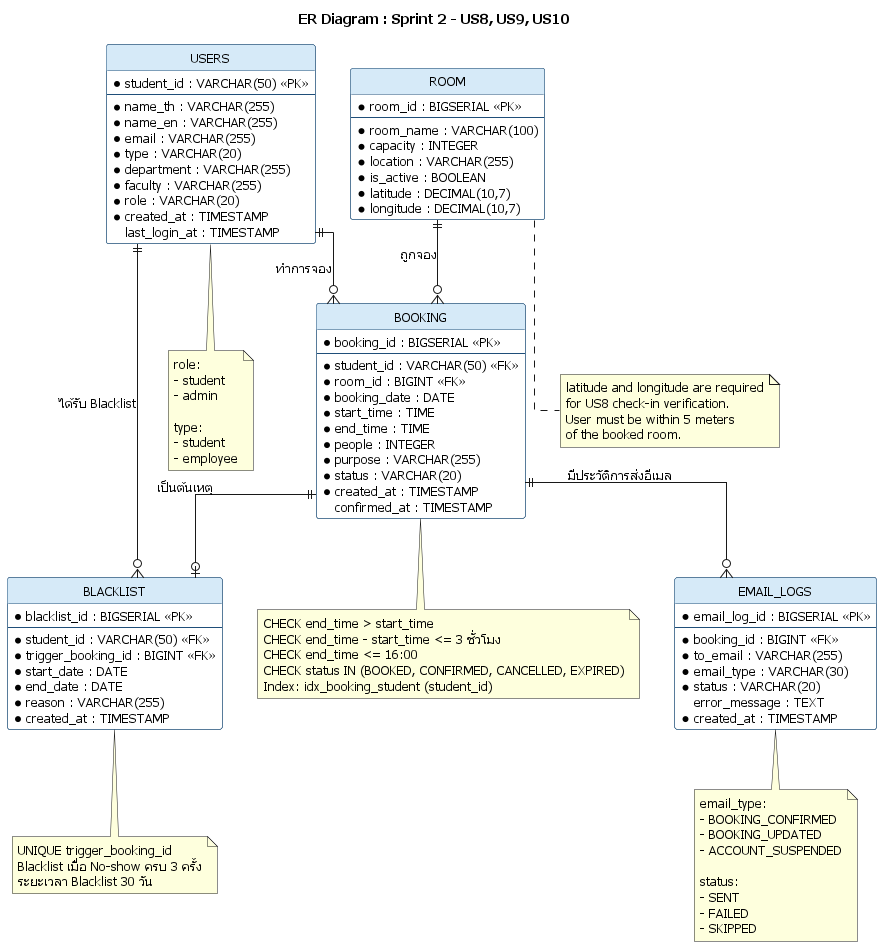
This is docs/design/er.png from niairi/cs261_650001_group8, a PlantUML export, as it was before one commit.
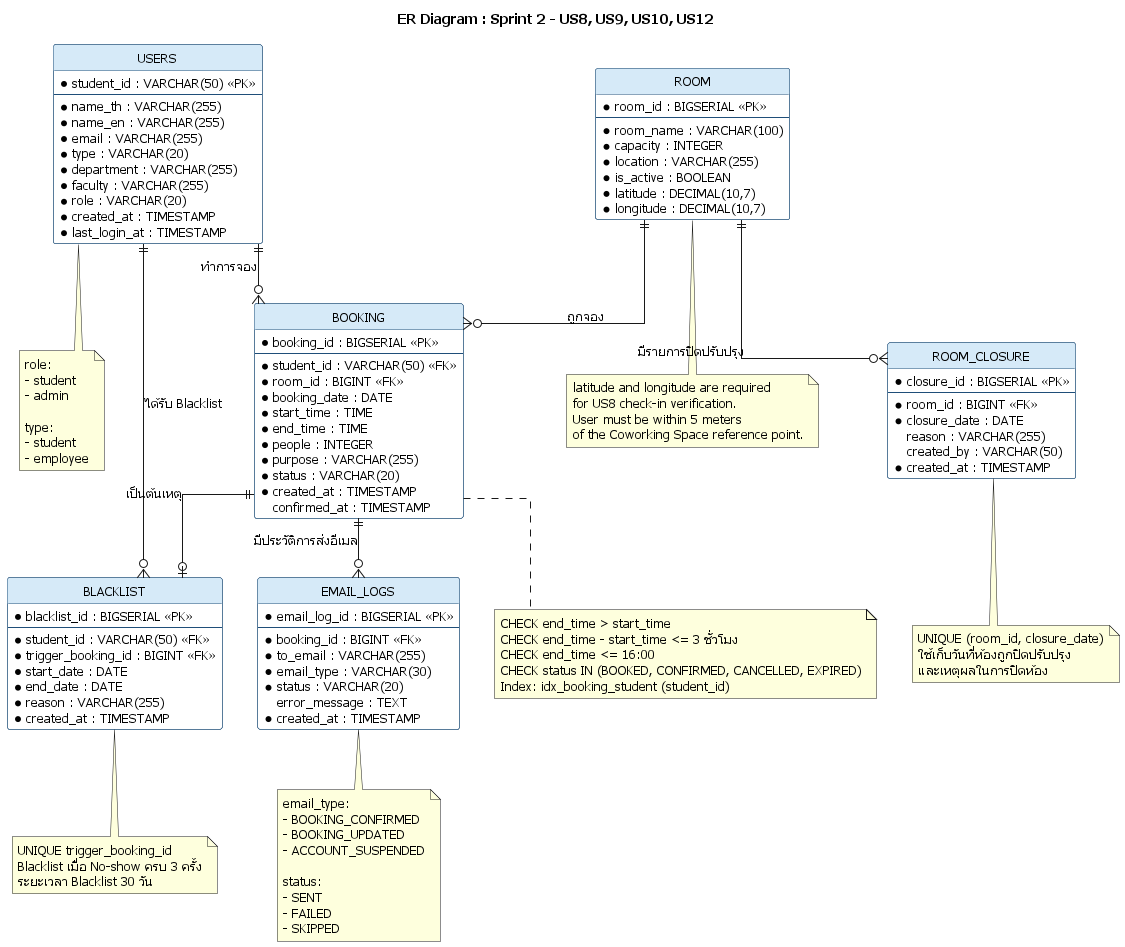
Later version of the same file.

Commit message:
feat: add room closure database and update ERD

Diff of the diagram source:
```diff
@@ -1,4 +1,5 @@
 @startuml er_sprint2
+
 
 skinparam defaultFontName Tahoma
 skinparam defaultFontSize 13
@@ -11,7 +12,7 @@
   HeaderBackgroundColor #D6EAF8
 }
 
-title ER Diagram : Sprint 2 - US8, US9, US10
+title ER Diagram : Sprint 2 - US8, US9, US10, US12
 
 entity "USERS" as users {
   * student_id : VARCHAR(50) <<PK>>
@@ -24,7 +25,7 @@
   * faculty : VARCHAR(255)
   * role : VARCHAR(20)
   * created_at : TIMESTAMP
-  last_login_at : TIMESTAMP
+  * last_login_at : TIMESTAMP
 }
 
 entity "ROOM" as room {
@@ -75,12 +76,23 @@
   * created_at : TIMESTAMP
 }
 
+entity "ROOM_CLOSURE" as room_closure {
+  * closure_id : BIGSERIAL <<PK>>
+  --
+  * room_id : BIGINT <<FK>>
+  * closure_date : DATE
+  reason : VARCHAR(255)
+  created_by : VARCHAR(50)
+  * created_at : TIMESTAMP
+}
+
 users ||--o{ booking : "ทำการจอง"
 room ||--o{ booking : "ถูกจอง"
 booking ||--o{ email_logs : "มีประวัติการส่งอีเมล"
 
 users ||--o{ blacklist : "ได้รับ Blacklist"
 booking ||--o| blacklist : "เป็นต้นเหตุ"
+room ||--o{ room_closure : "มีรายการปิดปรับปรุง"
 
 note bottom of users
   role:
@@ -96,7 +108,7 @@
   latitude and longitude are required
   for US8 check-in verification.
   User must be within 5 meters
-  of the booked room.
+  of the Coworking Space reference point.
 end note
 
 note bottom of booking
@@ -125,4 +137,10 @@
   ระยะเวลา Blacklist 30 วัน
 end note
 
+note bottom of room_closure
+  UNIQUE (room_id, closure_date)
+  ใช้เก็บวันที่ห้องถูกปิดปรับปรุง
+  และเหตุผลในการปิดห้อง
+end note
+
 @enduml
```
